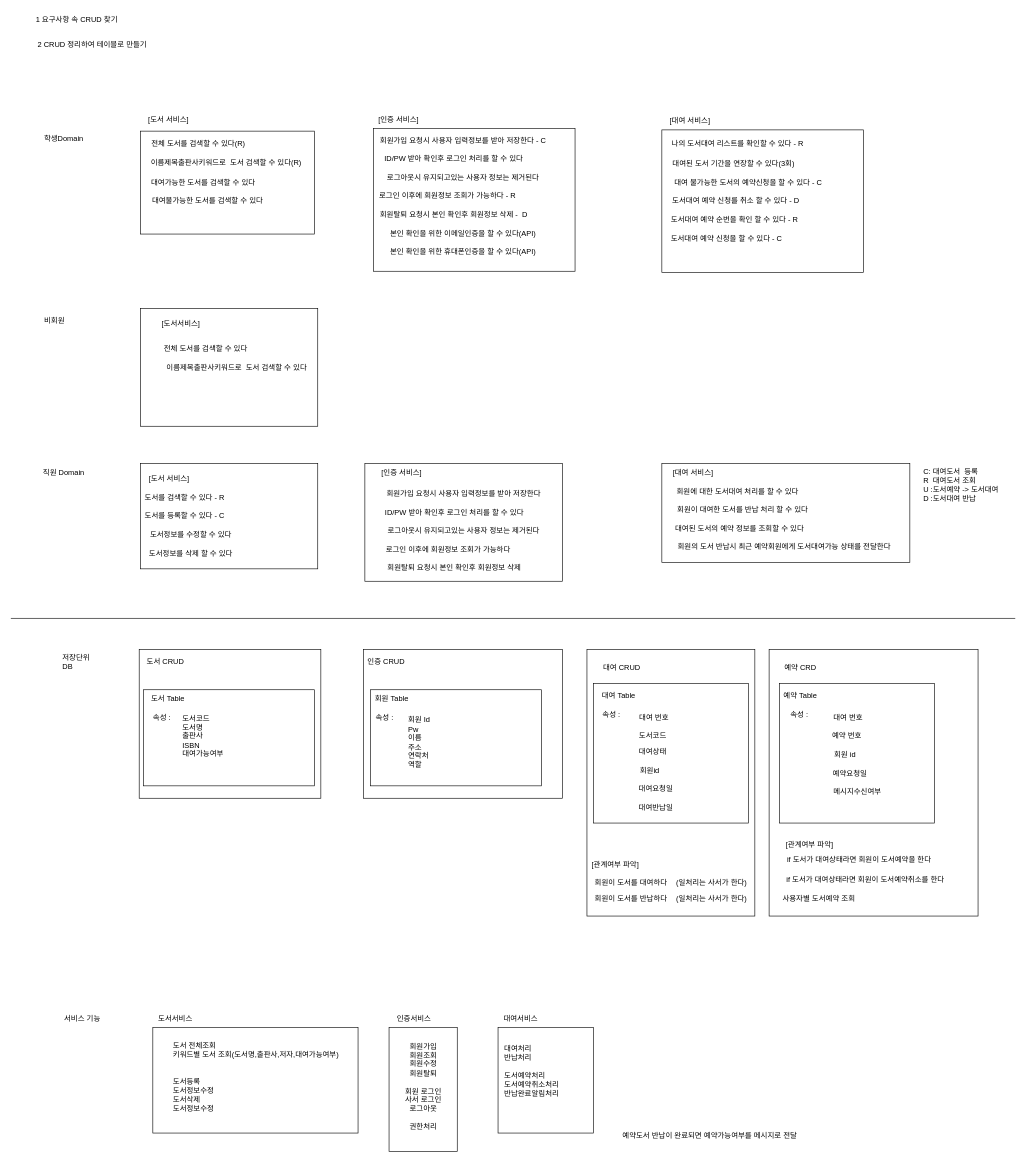
Before: page "03 [예제] 요구사항 속 CRUD찾기" (3 of 13) of 03Project설계하기 0314.drawio in rbghrla/-, a draw.io diagram. Source tidied: cells renumbered, new cells numbered last; positions are measured from the earlier drawing's top-left corner, leaving out a move shared by most shapes. Both pictures are drawn from the tidied source at 62%, with x=0, y=0 at pixel (11, 11).
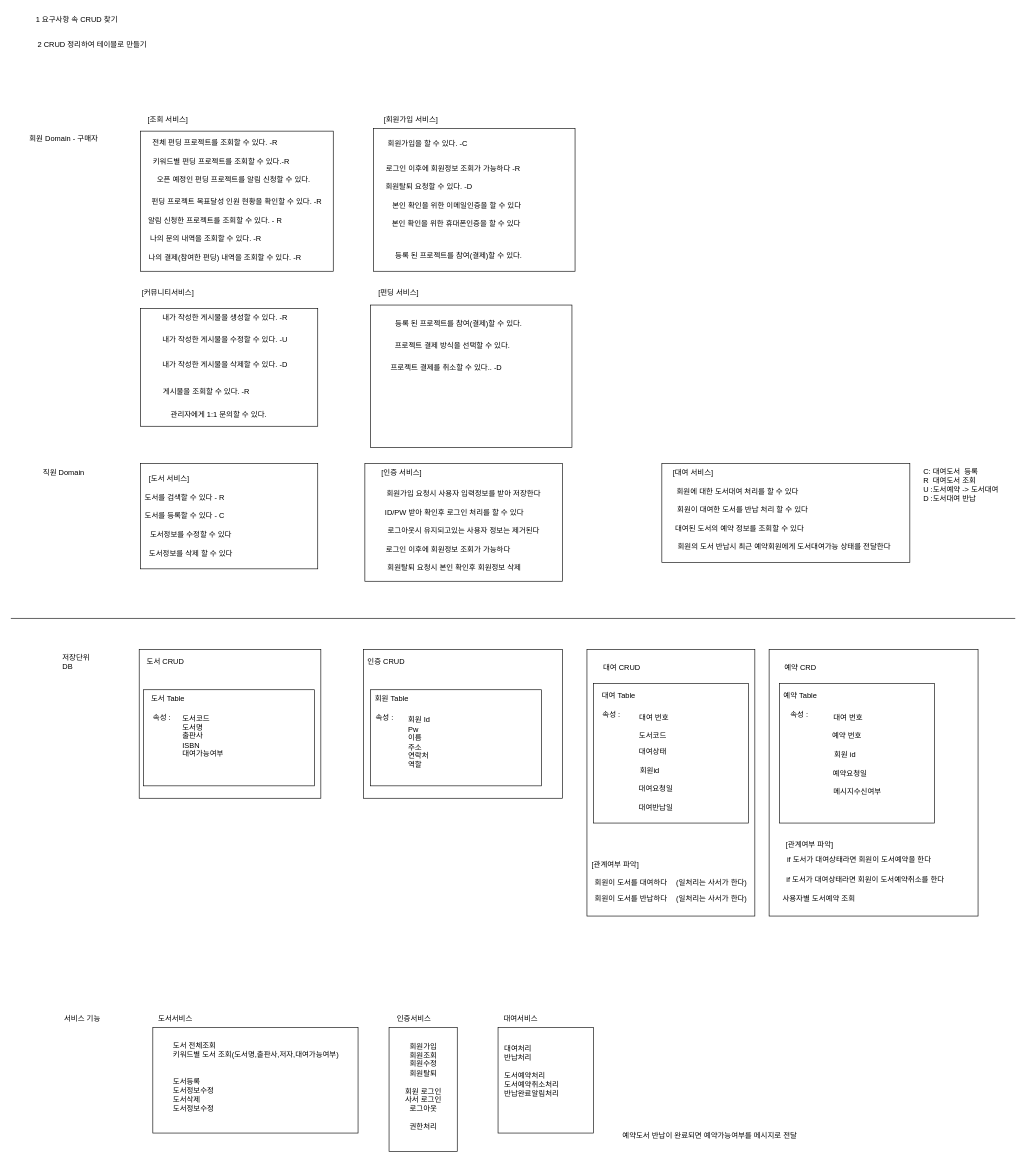
After the change.

What changed in the source:
```diff
@@
     <mxCell id="12" style="rounded=0;whiteSpace=wrap;html=1;" parent="1" vertex="1">
-      <mxGeometry x="1050" y="192" width="325" height="230" as="geometry" />
+      <mxGeometry x="580" y="474.5" width="325" height="230" as="geometry" />
     </mxCell>
@@
     <mxCell id="14" style="rounded=0;whiteSpace=wrap;html=1;" parent="1" vertex="1">
-      <mxGeometry x="209" y="194" width="281" height="166" as="geometry" />
+      <mxGeometry x="209" y="194" width="311" height="226" as="geometry" />
     </mxCell>
@@
-    <mxCell id="17" value="전체 도서를 검색할 수 있다(R)" style="text;html=1;align=center;verticalAlign=middle;strokeColor=none;fillColor=none;" parent="1" vertex="1">
-      <mxGeometry x="207" y="200" width="190" height="30" as="geometry" />
-    </mxCell>
-    <mxCell id="18" value="도서대여 예약 신청을 할 수 있다 - C" style="text;html=1;align=center;verticalAlign=middle;strokeColor=none;fillColor=none;" parent="1" vertex="1">
-      <mxGeometry x="1044" y="352" width="220" height="30" as="geometry" />
-    </mxCell>
-    <mxCell id="19" value="[도서 서비스]" style="text;html=1;align=center;verticalAlign=middle;strokeColor=none;fillColor=none;" parent="1" vertex="1">
-      <mxGeometry x="209" y="160" width="90" height="30" as="geometry" />
+    <mxCell id="19" value="[조회 서비스]" style="text;html=1;align=center;verticalAlign=middle;strokeColor=none;fillColor=none;" parent="1" vertex="1">
+      <mxGeometry x="208" y="160" width="90" height="30" as="geometry" />
     </mxCell>
-    <mxCell id="20" value="[인증 서비스]" style="text;html=1;align=center;verticalAlign=middle;strokeColor=none;fillColor=none;" parent="1" vertex="1">
-      <mxGeometry x="580" y="160" width="90" height="30" as="geometry" />
+    <mxCell id="20" value="[회원가입 서비스]" style="text;html=1;align=center;verticalAlign=middle;strokeColor=none;fillColor=none;" parent="1" vertex="1">
+      <mxGeometry x="585" y="160" width="120" height="30" as="geometry" />
     </mxCell>
-    <mxCell id="21" value="회원가입 요청시 사용자 입력정보를 받아 저장한다 - C" style="text;html=1;align=center;verticalAlign=middle;strokeColor=none;fillColor=none;" parent="1" vertex="1">
-      <mxGeometry x="574" y="194" width="310" height="30" as="geometry" />
-    </mxCell>
-    <mxCell id="22" value="ID/PW 받아 확인후 로그인 처리를 할 수 있다" style="text;html=1;align=center;verticalAlign=middle;strokeColor=none;fillColor=none;" parent="1" vertex="1">
-      <mxGeometry x="584" y="224" width="260" height="30" as="geometry" />
-    </mxCell>
-    <mxCell id="23" value="로그아웃시 유지되고있는 사용자 정보는 제거된다" style="text;html=1;align=center;verticalAlign=middle;strokeColor=none;fillColor=none;" parent="1" vertex="1">
-      <mxGeometry x="584" y="254" width="290" height="30" as="geometry" />
-    </mxCell>
-    <mxCell id="24" value="로그인 이후에 회원정보 조회가 가능하다 - R" style="text;html=1;align=center;verticalAlign=middle;strokeColor=none;fillColor=none;" parent="1" vertex="1">
-      <mxGeometry x="574" y="284" width="260" height="30" as="geometry" />
-    </mxCell>
-    <mxCell id="25" value="회원탈퇴 요청시 본인 확인후 회원정보 삭제 -&amp;nbsp; D" style="text;html=1;align=center;verticalAlign=middle;strokeColor=none;fillColor=none;" parent="1" vertex="1">
-      <mxGeometry x="574" y="314" width="280" height="30" as="geometry" />
-    </mxCell>
-    <mxCell id="26" value="[대여 서비스]" style="text;html=1;align=center;verticalAlign=middle;strokeColor=none;fillColor=none;" parent="1" vertex="1">
-      <mxGeometry x="1050" y="162" width="90" height="30" as="geometry" />
+    <mxCell id="26" value="[펀딩 서비스]" style="text;html=1;align=center;verticalAlign=middle;strokeColor=none;fillColor=none;" parent="1" vertex="1">
+      <mxGeometry x="580" y="440" width="90" height="30" as="geometry" />
     </mxCell>
-    <mxCell id="27" value="도서대여 예약 신청를 취소 할 수 있다 - D" style="text;html=1;align=center;verticalAlign=middle;strokeColor=none;fillColor=none;" parent="1" vertex="1">
-      <mxGeometry x="1049" y="292" width="240" height="30" as="geometry" />
-    </mxCell>
-    <mxCell id="28" value="나의 도서대여 리스트를 확인할 수 있다 - R" style="text;html=1;align=center;verticalAlign=middle;strokeColor=none;fillColor=none;" parent="1" vertex="1">
-      <mxGeometry x="1047" y="200" width="250" height="30" as="geometry" />
-    </mxCell>
-    <mxCell id="29" value="도서대여 예약 순번을 확인 할 수 있다 - R" style="text;html=1;align=center;verticalAlign=middle;strokeColor=none;fillColor=none;" parent="1" vertex="1">
-      <mxGeometry x="1047" y="322" width="240" height="30" as="geometry" />
-    </mxCell>
-    <mxCell id="30" value="대여된 도서 기간을 연장할 수 있다(3회)&amp;nbsp;" style="text;html=1;align=center;verticalAlign=middle;strokeColor=none;fillColor=none;" parent="1" vertex="1">
-      <mxGeometry x="1047" y="232" width="240" height="30" as="geometry" />
-    </mxCell>
-    <mxCell id="31" value="대여 불가능한 도서의 예약신청을 할 수 있다 - C" style="text;html=1;align=center;verticalAlign=middle;strokeColor=none;fillColor=none;" parent="1" vertex="1">
-      <mxGeometry x="1049" y="262" width="280" height="30" as="geometry" />
-    </mxCell>
-    <mxCell id="32" value="대여가능한 도서를 검색할 수 있다" style="text;html=1;align=center;verticalAlign=middle;strokeColor=none;fillColor=none;" parent="1" vertex="1">
-      <mxGeometry x="210" y="262" width="200" height="30" as="geometry" />
-    </mxCell>
-    <mxCell id="33" value="이름제목출판사키워드로&amp;nbsp; 도서 검색할 수 있다(R)" style="text;html=1;align=center;verticalAlign=middle;strokeColor=none;fillColor=none;" parent="1" vertex="1">
-      <mxGeometry x="207" y="230" width="280" height="30" as="geometry" />
-    </mxCell>
-    <mxCell id="34" value="대여불가능한 도서를 검색할 수 있다" style="text;html=1;align=center;verticalAlign=middle;strokeColor=none;fillColor=none;" parent="1" vertex="1">
-      <mxGeometry x="207" y="292" width="220" height="30" as="geometry" />
-    </mxCell>
-    <mxCell id="35" value="본인 확인을 위한 이메일인증을 할 수 있다(API)" style="text;html=1;align=center;verticalAlign=middle;strokeColor=none;fillColor=none;" parent="1" vertex="1">
-      <mxGeometry x="594" y="344" width="270" height="30" as="geometry" />
-    </mxCell>
-    <mxCell id="36" value="본인 확인을 위한 휴대폰인증을 할 수 있다(API)" style="text;html=1;align=center;verticalAlign=middle;strokeColor=none;fillColor=none;" parent="1" vertex="1">
-      <mxGeometry x="594" y="374" width="270" height="30" as="geometry" />
-    </mxCell>
-    <mxCell id="37" value="학생Domain" style="text;html=1;align=center;verticalAlign=middle;strokeColor=none;fillColor=none;" parent="1" vertex="1">
-      <mxGeometry x="40" y="192" width="90" height="30" as="geometry" />
+    <mxCell id="37" value="회원 Domain - 구매자" style="text;html=1;align=center;verticalAlign=middle;strokeColor=none;fillColor=none;" parent="1" vertex="1">
+      <mxGeometry x="15" y="192" width="140" height="30" as="geometry" />
     </mxCell>
@@
-    <mxCell id="39" value="비회원" style="text;html=1;align=center;verticalAlign=middle;strokeColor=none;fillColor=none;" parent="1" vertex="1">
-      <mxGeometry x="40" y="485" width="60" height="30" as="geometry" />
-    </mxCell>
-    <mxCell id="40" value="[도서서비스]" style="text;html=1;align=center;verticalAlign=middle;strokeColor=none;fillColor=none;" parent="1" vertex="1">
-      <mxGeometry x="229" y="490" width="90" height="30" as="geometry" />
+    <mxCell id="40" value="[커뮤니티서비스]" style="text;html=1;align=center;verticalAlign=middle;strokeColor=none;fillColor=none;" parent="1" vertex="1">
+      <mxGeometry x="198" y="440" width="110" height="30" as="geometry" />
     </mxCell>
-    <mxCell id="41" value="전체 도서를 검색할 수 있다" style="text;html=1;align=center;verticalAlign=middle;strokeColor=none;fillColor=none;" parent="1" vertex="1">
-      <mxGeometry x="229" y="530" width="170" height="30" as="geometry" />
-    </mxCell>
-    <mxCell id="42" value="이름제목출판사키워드로&amp;nbsp; 도서 검색할 수 있다" style="text;html=1;align=center;verticalAlign=middle;strokeColor=none;fillColor=none;" parent="1" vertex="1">
-      <mxGeometry x="229" y="560" width="270" height="30" as="geometry" />
-    </mxCell>
@@
+    <mxCell id="109" value="전체 펀딩 프로젝트를 조회할 수 있다. -R" style="text;html=1;align=center;verticalAlign=middle;strokeColor=none;fillColor=none;" parent="1" vertex="1">
+      <mxGeometry x="209" y="197.5" width="240" height="30" as="geometry" />
+    </mxCell>
+    <mxCell id="110" value="펀딩 프로젝트 목표달성 인원 현황을 확인할 수 있다. -R" style="text;html=1;align=center;verticalAlign=middle;strokeColor=none;fillColor=none;" parent="1" vertex="1">
+      <mxGeometry x="204" y="292.5" width="320" height="30" as="geometry" />
+    </mxCell>
+    <mxCell id="111" value="오픈 예정인 펀딩 프로젝트를 알림 신청할 수 있다." style="text;html=1;align=center;verticalAlign=middle;strokeColor=none;fillColor=none;" parent="1" vertex="1">
+      <mxGeometry x="214" y="257.5" width="290" height="30" as="geometry" />
+    </mxCell>
+    <mxCell id="112" value="키워드별 펀딩 프로젝트를 조회할 수 있다.-R" style="text;html=1;align=center;verticalAlign=middle;strokeColor=none;fillColor=none;" parent="1" vertex="1">
+      <mxGeometry x="209" y="227.5" width="260" height="30" as="geometry" />
+    </mxCell>
+    <mxCell id="113" value="알림 신청한 프로젝트를 조회할 수 있다. - R" style="text;html=1;align=center;verticalAlign=middle;strokeColor=none;fillColor=none;" parent="1" vertex="1">
+      <mxGeometry x="204" y="322.5" width="250" height="30" as="geometry" />
+    </mxCell>
+    <mxCell id="114" value="나의 문의 내역을 조회할 수 있다. -R" style="text;html=1;align=center;verticalAlign=middle;strokeColor=none;fillColor=none;" parent="1" vertex="1">
+      <mxGeometry x="204" y="352.5" width="220" height="30" as="geometry" />
+    </mxCell>
+    <mxCell id="115" value="나의 결제(참여한 펀딩) 내역을 조회할 수 있다. -R" style="text;html=1;align=center;verticalAlign=middle;strokeColor=none;fillColor=none;" parent="1" vertex="1">
+      <mxGeometry x="200" y="382.5" width="290" height="30" as="geometry" />
+    </mxCell>
+    <mxCell id="116" value="로그인 이후에 회원정보 조회가 가능하다 -R" style="text;html=1;align=center;verticalAlign=middle;strokeColor=none;fillColor=none;" parent="1" vertex="1">
+      <mxGeometry x="582.5" y="239" width="260" height="30" as="geometry" />
+    </mxCell>
+    <mxCell id="117" value="회원탈퇴 요청할 수 있다. -D" style="text;html=1;align=center;verticalAlign=middle;strokeColor=none;fillColor=none;" parent="1" vertex="1">
+      <mxGeometry x="588.5" y="269" width="170" height="30" as="geometry" />
+    </mxCell>
+    <mxCell id="118" value="본인 확인을 위한 이메일인증을 할 수 있다" style="text;html=1;align=center;verticalAlign=middle;strokeColor=none;fillColor=none;" parent="1" vertex="1">
+      <mxGeometry x="593.5" y="299" width="250" height="30" as="geometry" />
+    </mxCell>
+    <mxCell id="119" value="본인 확인을 위한 휴대폰인증을 할 수 있다" style="text;html=1;align=center;verticalAlign=middle;strokeColor=none;fillColor=none;" parent="1" vertex="1">
+      <mxGeometry x="592.5" y="329" width="250" height="30" as="geometry" />
+    </mxCell>
+    <mxCell id="120" value="회원가입을 할 수 있다. -C" style="text;html=1;align=center;verticalAlign=middle;strokeColor=none;fillColor=none;" parent="1" vertex="1">
+      <mxGeometry x="591.5" y="200" width="160" height="30" as="geometry" />
+    </mxCell>
+    <mxCell id="121" value="등록 된 프로젝트를 참여(결제)할 수 있다." style="text;html=1;align=center;verticalAlign=middle;strokeColor=none;fillColor=none;" parent="1" vertex="1">
+      <mxGeometry x="601.5" y="490" width="240" height="30" as="geometry" />
+    </mxCell>
+    <mxCell id="122" value="프로젝트 결제 방식을 선택할 수 있다." style="text;html=1;align=center;verticalAlign=middle;strokeColor=none;fillColor=none;" parent="1" vertex="1">
+      <mxGeometry x="601.5" y="525" width="220" height="30" as="geometry" />
+    </mxCell>
+    <mxCell id="123" value="프로젝트 결제를 취소할 수 있다.. -D" style="text;html=1;align=center;verticalAlign=middle;strokeColor=none;fillColor=none;" parent="1" vertex="1">
+      <mxGeometry x="591.5" y="560" width="220" height="30" as="geometry" />
+    </mxCell>
+    <mxCell id="124" value="내가 작성한 게시물을 생성할 수 있다. -R" style="text;html=1;align=center;verticalAlign=middle;strokeColor=none;fillColor=none;" parent="1" vertex="1">
+      <mxGeometry x="225" y="480" width="240" height="30" as="geometry" />
+    </mxCell>
+    <mxCell id="125" value="내가 작성한 게시물을 수정할 수 있다. -U" style="text;html=1;align=center;verticalAlign=middle;strokeColor=none;fillColor=none;" parent="1" vertex="1">
+      <mxGeometry x="225" y="516" width="240" height="30" as="geometry" />
+    </mxCell>
+    <mxCell id="126" value="내가 작성한 게시물을 삭제할 수 있다. -D" style="text;html=1;align=center;verticalAlign=middle;strokeColor=none;fillColor=none;" parent="1" vertex="1">
+      <mxGeometry x="225" y="556" width="240" height="30" as="geometry" />
+    </mxCell>
+    <mxCell id="127" value="게시물을 조회할 수 있다. -R" style="text;html=1;align=center;verticalAlign=middle;strokeColor=none;fillColor=none;" parent="1" vertex="1">
+      <mxGeometry x="230" y="600" width="170" height="30" as="geometry" />
+    </mxCell>
+    <mxCell id="128" value="관리자에게 1:1 문의할 수 있다." style="text;html=1;align=center;verticalAlign=middle;strokeColor=none;fillColor=none;" parent="1" vertex="1">
+      <mxGeometry x="240" y="636" width="190" height="30" as="geometry" />
+    </mxCell>
+    <mxCell id="129" value="등록 된 프로젝트를 참여(결제)할 수 있다." style="text;html=1;align=center;verticalAlign=middle;strokeColor=none;fillColor=none;" parent="1" vertex="1">
+      <mxGeometry x="601.5" y="380" width="240" height="30" as="geometry" />
+    </mxCell>
```
